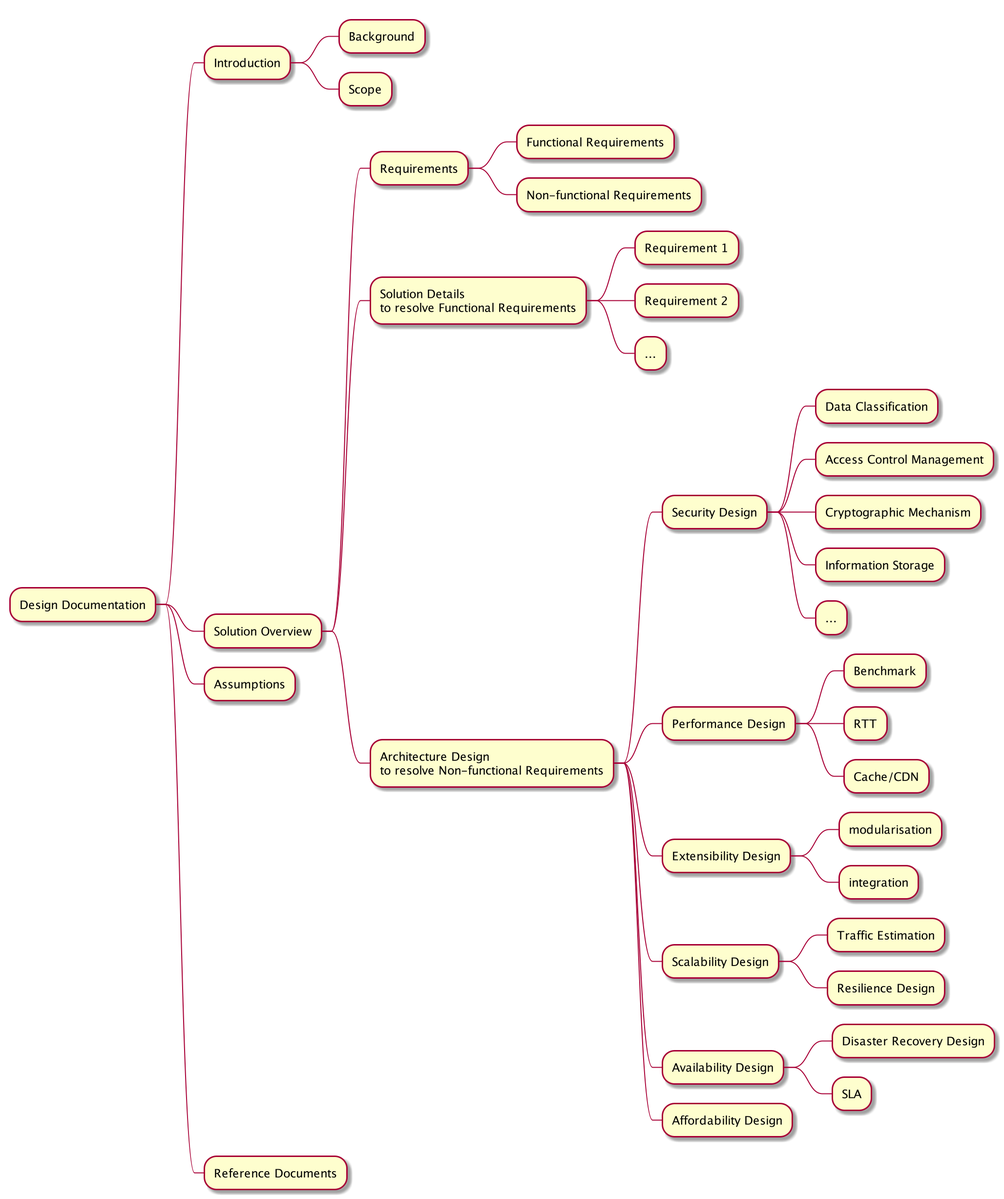
Earlier version of the PlantUML export images/2019-10-18-the-things-to-consider-as-an-architect/the_things_to_consider_as_an_architect.png (damonYuan/damonyuan.github.io). The source it was exported from:
```plantuml
@startmindmap


* Design Documentation
** Introduction
*** Background
*** Scope
** Solution Overview
*** Requirements
**** Functional Requirements
**** Non-functional Requirements

*** Solution Details\nto resolve Functional Requirements
**** Requirement 1
**** Requirement 2
**** ...

*** Architecture Design\nto resolve Non-functional Requirements
**** Security Design
***** Data Classification
***** Access Control Management
***** Cryptographic Mechanism
***** Information Storage
***** ...
**** Performance Design
***** Benchmark
***** RTT
***** Cache/CDN
**** Extensibility Design
***** modularisation
***** integration
**** Scalability Design
***** Traffic Estimation
***** Resilience Design
**** Availability Design
***** Disaster Recovery Design
***** SLA
**** Affordability Design

** Assumptions
** Reference Documents

@endmindmap
```
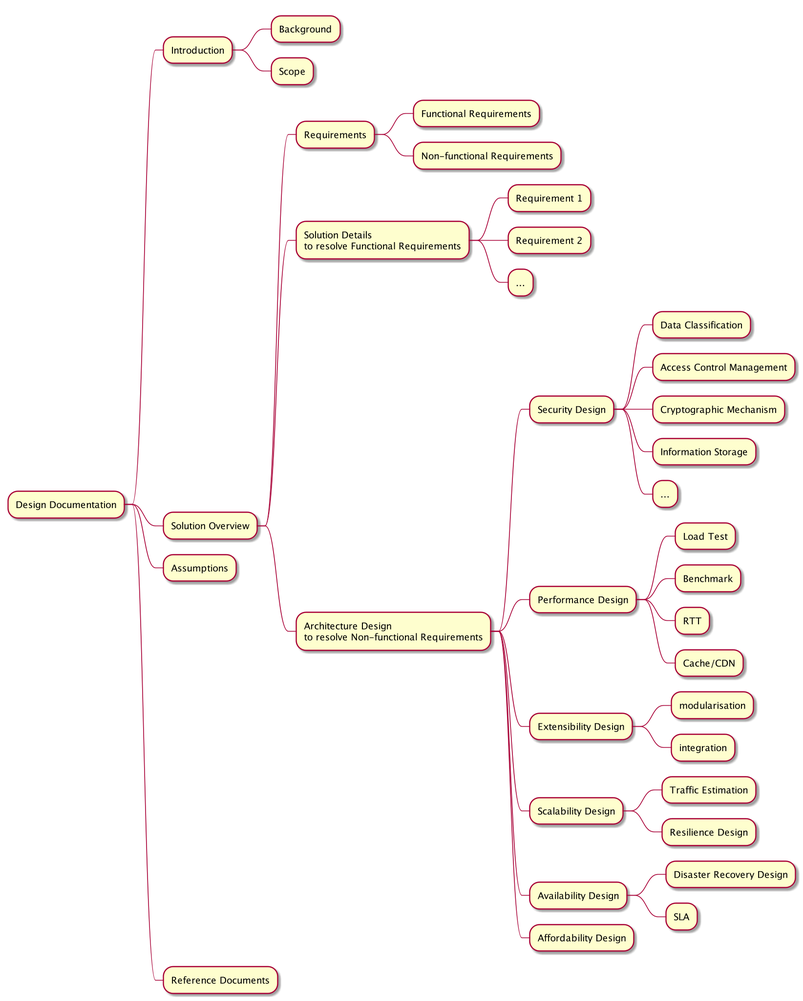
After the commit.

Diff of the diagram source:
```diff
@@ -23,6 +23,7 @@
 ***** Information Storage
 ***** ...
 **** Performance Design
+***** Load Test
 ***** Benchmark
 ***** RTT
 ***** Cache/CDN
```
